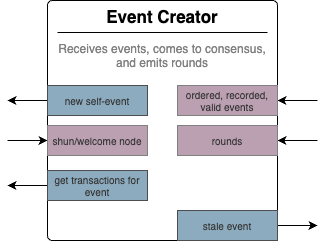
Above: platform-sdk/docs/proposals/consensus-layer/event-creator-module.png in hashgraph/hedera-services (draw.io), before the change. Source tidied: cells renumbered, new cells last; positions are measured from the earlier drawing's top-left corner, leaving out a move shared by most shapes.
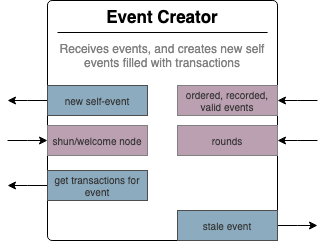
Above is the later version.

Commit message:
Fix event creator description

What changed in the source:
```diff
@@ -2,7 +2,7 @@
   <root>
     <mxCell id="0" />
     <mxCell id="1" parent="0" />
-    <mxCell id="2" value="&lt;font style=&quot;font-size: 17px;&quot;&gt;&lt;b&gt;Event Creator&lt;/b&gt;&lt;br&gt;&lt;/font&gt;&lt;font color=&quot;#808080&quot;&gt;&lt;br&gt;Receives events, comes to consensus, and emits rounds&lt;/font&gt;" style="rounded=1;whiteSpace=wrap;html=1;arcSize=2;verticalAlign=top;" parent="1" vertex="1">
+    <mxCell id="2" value="&lt;font style=&quot;font-size: 17px;&quot;&gt;&lt;b&gt;Event Creator&lt;/b&gt;&lt;br&gt;&lt;/font&gt;&lt;font color=&quot;#808080&quot;&gt;&lt;br&gt;Receives events, and creates new self events filled with transactions&lt;br&gt;&lt;/font&gt;" style="rounded=1;whiteSpace=wrap;html=1;arcSize=2;verticalAlign=top;" parent="1" vertex="1">
       <mxGeometry x="40" width="230" height="240" as="geometry" />
     </mxCell>
     <mxCell id="3" style="endArrow=none;html=1;rounded=0;entryX=0.957;entryY=0.231;entryDx=0;entryDy=0;entryPerimeter=0;" parent="1" edge="1">
```
